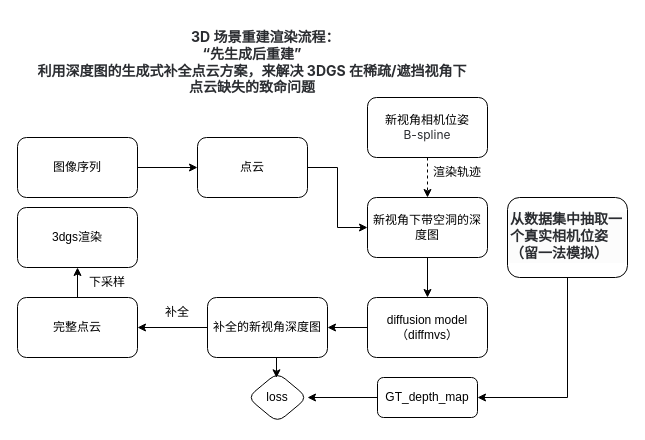
Earlier version of the draw.io diagram model_net.drawio (zzcPeace/draw.io). Source tidied: cells renumbered, new cells numbered last; positions are measured from the earlier drawing's top-left corner, leaving out a move shared by most shapes. Both pictures are drawn from the tidied source at 100%, with x=0, y=0 at pixel (17, 17).
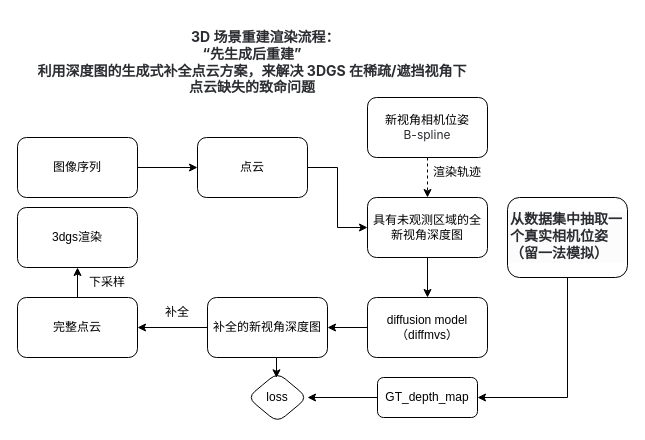
After the change.

What changed in the source:
```diff
@@
-    <mxCell id="19" value="新视角下带空洞的深度图" style="rounded=1;whiteSpace=wrap;html=1;" parent="1" vertex="1">
+    <mxCell id="19" value="具有未观测区域的全新视角深度图" style="rounded=1;whiteSpace=wrap;html=1;" parent="1" vertex="1">
       <mxGeometry x="350" y="180" width="120" height="60" as="geometry" />
     </mxCell>
```
